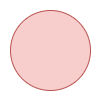
The draw.io diagram images/20260529-web-security-authentication-quiz/20260529-web-security-authentication-quiz_20260625_133556.drawio.png in kitacom-hatanaka-yukina/zenn-archive, before a commit. Source tidied: cells renumbered, new cells last; positions are measured from the earlier drawing's top-left corner, leaving out a move shared by most shapes. Source of this version:
```xml
<mxGraphModel background="#ffffff">
  <root>
    <mxCell id="0" />
    <mxCell id="1" parent="0" />
    <mxCell id="2" style="ellipse;whiteSpace=wrap;html=1;fillColor=#f8cecc;strokeColor=#b85450;" parent="1" vertex="1">
      <mxGeometry width="80" height="80" as="geometry" />
    </mxCell>
  </root>
</mxGraphModel>
```
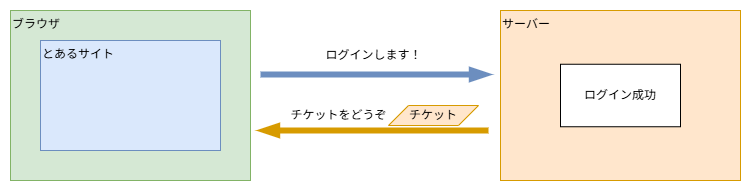
After the commit.

Commit message:
20260529-web-security-authentication-quiz

Diff of the diagram source:
```diff
@@ -2,8 +2,38 @@
   <root>
     <mxCell id="0" />
     <mxCell id="1" parent="0" />
-    <mxCell id="2" style="ellipse;whiteSpace=wrap;html=1;fillColor=#f8cecc;strokeColor=#b85450;" parent="1" vertex="1">
-      <mxGeometry width="80" height="80" as="geometry" />
+    <mxCell id="2" value="ブラウザ" style="whiteSpace=wrap;html=1;align=left;verticalAlign=top;fillColor=#d5e8d4;strokeColor=#82b366;" parent="1" vertex="1">
+      <mxGeometry width="240" height="170" as="geometry" />
     </mxCell>
+    <mxCell id="3" value="とあるサイト" style="whiteSpace=wrap;html=1;align=left;verticalAlign=top;fillColor=#dae8fc;strokeColor=#6c8ebf;" parent="1" vertex="1">
+      <mxGeometry x="30" y="30" width="180" height="110" as="geometry" />
+    </mxCell>
+    <mxCell id="4" value="サーバー" style="whiteSpace=wrap;html=1;align=left;verticalAlign=top;fillColor=#ffe6cc;strokeColor=#d79b00;" parent="1" vertex="1">
+      <mxGeometry x="490" width="240" height="170" as="geometry" />
+    </mxCell>
+    <mxCell id="5" style="edgeStyle=none;orthogonalLoop=1;jettySize=auto;html=1;strokeWidth=6;endArrow=blockThin;endFill=1;fillColor=#dae8fc;strokeColor=#6c8ebf;" parent="1" edge="1">
+      <mxGeometry relative="1" as="geometry">
+        <mxPoint x="250" y="64" as="sourcePoint" />
+        <mxPoint x="480" y="64" as="targetPoint" />
+      </mxGeometry>
+    </mxCell>
+    <mxCell id="6" value="ログインします！" style="text;html=1;align=center;verticalAlign=middle;strokeColor=none;fillColor=none;" parent="1" vertex="1">
+      <mxGeometry x="303" y="30" width="120" height="30" as="geometry" />
+    </mxCell>
+    <mxCell id="7" style="edgeStyle=none;orthogonalLoop=1;jettySize=auto;html=1;strokeWidth=6;endArrow=blockThin;endFill=1;fillColor=#ffe6cc;strokeColor=#d79b00;" parent="1" edge="1">
+      <mxGeometry relative="1" as="geometry">
+        <mxPoint x="478" y="120" as="sourcePoint" />
+        <mxPoint x="248" y="120" as="targetPoint" />
+      </mxGeometry>
+    </mxCell>
+    <mxCell id="8" value="チケットをどうぞ" style="text;html=1;align=center;verticalAlign=middle;strokeColor=none;fillColor=none;" parent="1" vertex="1">
+      <mxGeometry x="268" y="90" width="120" height="30" as="geometry" />
+    </mxCell>
+    <mxCell id="9" value="チケット" style="shape=parallelogram;perimeter=parallelogramPerimeter;whiteSpace=wrap;html=1;fixedSize=1;fillColor=#ffe6cc;strokeColor=#d79b00;" parent="1" vertex="1">
+      <mxGeometry x="378" y="95" width="90" height="20" as="geometry" />
+    </mxCell>
+    <mxCell id="10" value="ログイン成功" style="whiteSpace=wrap;html=1;verticalAlign=middle;" parent="1" vertex="1">
+      <mxGeometry x="550" y="53.8" width="120" height="62.5" as="geometry" />
+    </mxCell>
   </root>
 </mxGraphModel>
```
